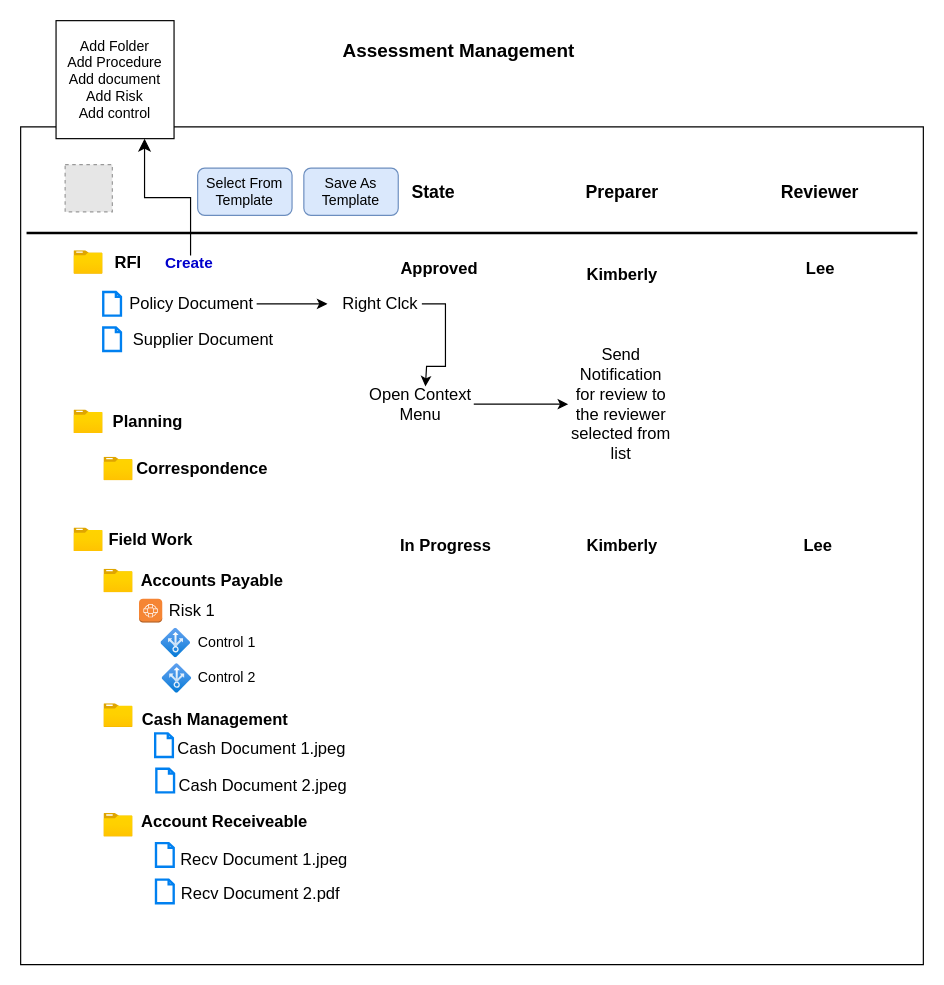
Before: page "Workflow" (3 of 4) of internal_audit.drawio in AvikM1996/draw.io, a draw.io diagram. Source tidied: cells renumbered, new cells numbered last; positions are measured from the earlier drawing's top-left corner, leaving out a move shared by most shapes. Both pictures are drawn from the tidied source at 118%, with x=0, y=0 at pixel (20, 20). Pictures stored in the file or linked from it are replaced by grey dashed boxes.
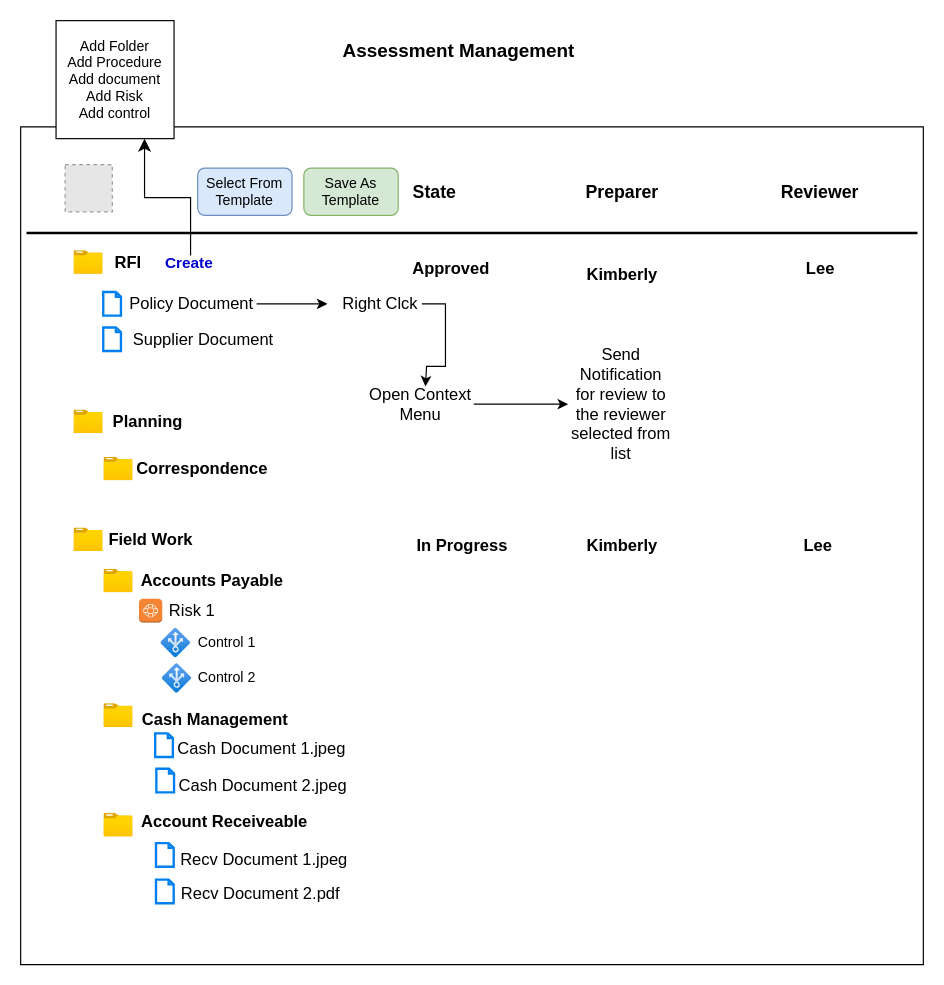
Above is the later version.

What changed in the source:
```diff
@@
     <mxCell id="12" value="Approved" style="text;html=1;align=center;verticalAlign=middle;whiteSpace=wrap;rounded=0;fontSize=14;fontStyle=1;" parent="1" vertex="1">
-      <mxGeometry x="325" y="195" width="60" height="30" as="geometry" />
+      <mxGeometry x="335" y="195" width="60" height="30" as="geometry" />
     </mxCell>
@@
     <mxCell id="36" value="&lt;b&gt;&lt;font style=&quot;font-size: 14px;&quot;&gt;In Progress&lt;/font&gt;&lt;/b&gt;" style="text;html=1;align=center;verticalAlign=middle;strokeColor=none;fillColor=none;" parent="1" vertex="1">
-      <mxGeometry x="310" y="430" width="100" height="30" as="geometry" />
+      <mxGeometry x="324" y="430" width="100" height="30" as="geometry" />
     </mxCell>
     <mxCell id="37" value="State" style="text;html=1;align=center;verticalAlign=middle;whiteSpace=wrap;rounded=0;fontSize=15;fontStyle=1;" parent="1" vertex="1">
-      <mxGeometry x="320" y="130" width="60" height="30" as="geometry" />
+      <mxGeometry x="321" y="130" width="60" height="30" as="geometry" />
     </mxCell>
@@
-    <mxCell id="56" value="Save As Template" style="rounded=1;whiteSpace=wrap;html=1;fillColor=#dae8fc;strokeColor=#6c8ebf;" parent="1" vertex="1">
+    <mxCell id="56" value="Save As Template" style="rounded=1;whiteSpace=wrap;html=1;fillColor=#d5e8d4;strokeColor=#82b366;" parent="1" vertex="1">
       <mxGeometry x="240" y="125" width="80" height="40" as="geometry" />
     </mxCell>
```
